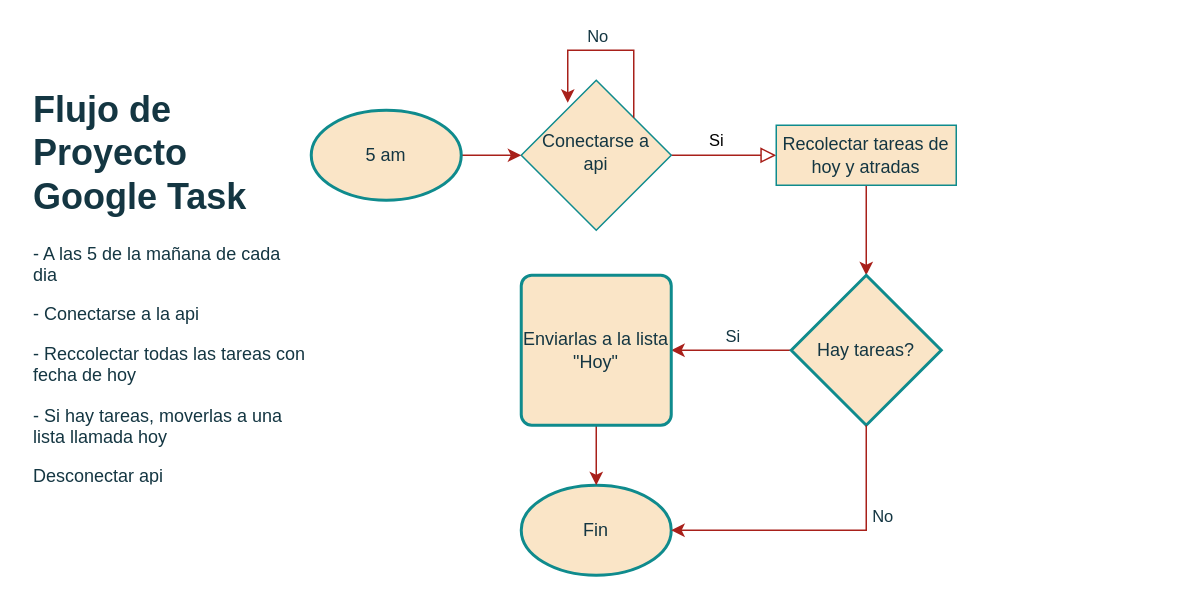
This is diagramaDeFlujo.drawio from alandelac/todayGoogleTasks, a draw.io file, before an edit. Source tidied: cells renumbered, new cells numbered last; positions are measured from the earlier drawing's top-left corner, leaving out a move shared by most shapes. Both pictures are drawn from the tidied source at 150%, with x=0, y=0 at pixel (26, 50).
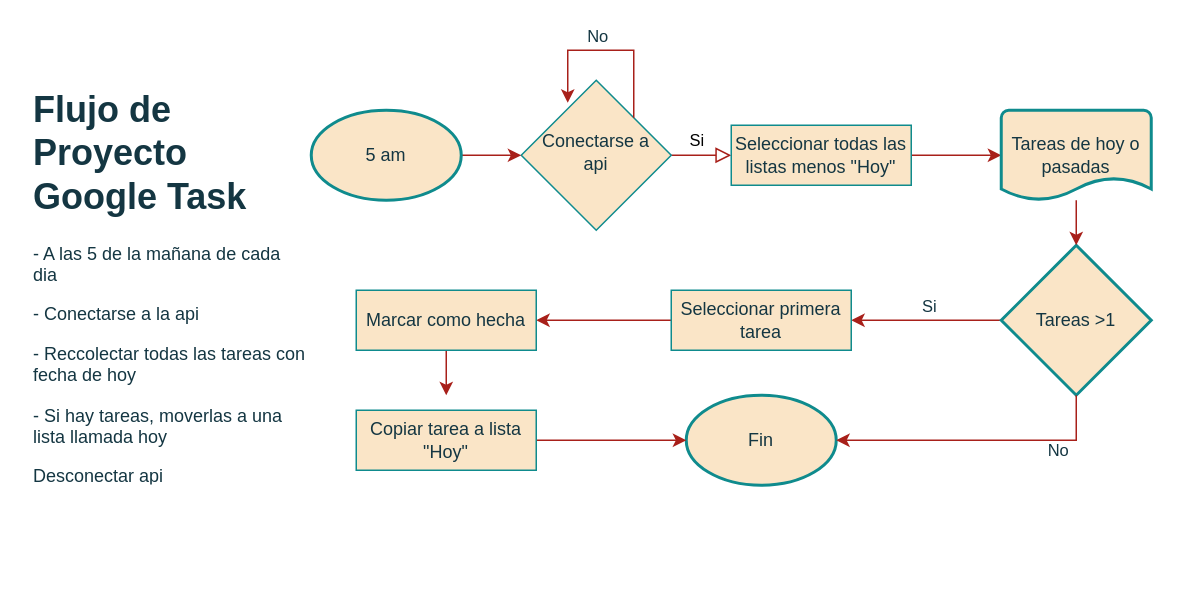
The same page after the edit.

Unchanged cells that the change refers to:
```xml
<mxCell id="3" value="Conectarse a api" style="rhombus;whiteSpace=wrap;html=1;shadow=0;fontFamily=Helvetica;fontSize=12;align=center;strokeWidth=1;spacing=6;spacingTop=-4;labelBackgroundColor=none;fillColor=#FAE5C7;strokeColor=#0F8B8D;fontColor=#143642;rounded=0;" parent="1" vertex="1">
  <mxGeometry x="330" y="20" width="100" height="100" as="geometry" />
</mxCell>
<mxCell id="8" value="5 am" style="strokeWidth=2;html=1;shape=mxgraph.flowchart.start_1;whiteSpace=wrap;fillColor=#FAE5C7;strokeColor=#0F8B8D;fillStyle=auto;labelBackgroundColor=none;fontColor=#143642;" parent="1" vertex="1">
  <mxGeometry x="190" y="40" width="100" height="60" as="geometry" />
</mxCell>
```

Diff of the diagram source:
```diff
@@
-    <mxCell id="2" value="Si" style="rounded=0;html=1;jettySize=auto;fontSize=11;endArrow=block;endFill=0;endSize=8;strokeWidth=1;shadow=0;labelBackgroundColor=none;edgeStyle=orthogonalEdgeStyle;fontColor=default;strokeColor=#A8201A;exitX=1;exitY=0.5;exitDx=0;exitDy=0;entryX=0;entryY=0.5;entryDx=0;entryDy=0;" parent="1" edge="1" source="3" target="5">
+    <mxCell id="2" value="Si" style="rounded=0;html=1;jettySize=auto;fontSize=11;endArrow=block;endFill=0;endSize=8;strokeWidth=1;shadow=0;labelBackgroundColor=none;edgeStyle=orthogonalEdgeStyle;fontColor=default;strokeColor=#A8201A;exitX=1;exitY=0.5;exitDx=0;exitDy=0;entryX=0;entryY=0.5;entryDx=0;entryDy=0;" parent="1" edge="1" source="3" target="20">
       <mxGeometry x="-0.14" y="10" relative="1" as="geometry" />
     </mxCell>
@@
-    <mxCell id="4" style="edgeStyle=orthogonalEdgeStyle;rounded=0;jettySize=auto;html=1;strokeColor=#A8201A;fontColor=#143642;fillColor=#FAE5C7;" parent="1" edge="1" source="5" target="11">
-      <mxGeometry relative="1" as="geometry" />
-    </mxCell>
-    <mxCell id="5" value="Recolectar tareas de hoy y atradas" style="rounded=0;whiteSpace=wrap;html=1;fontSize=12;glass=0;strokeWidth=1;shadow=0;labelBackgroundColor=none;fillColor=#FAE5C7;strokeColor=#0F8B8D;fontColor=#143642;" parent="1" vertex="1">
-      <mxGeometry x="500" y="50" width="120" height="40" as="geometry" />
-    </mxCell>
@@
-    <mxCell id="7" style="edgeStyle=orthogonalEdgeStyle;rounded=0;jettySize=auto;html=1;exitX=1;exitY=0.5;exitDx=0;exitDy=0;exitPerimeter=0;strokeColor=#A8201A;fontColor=#143642;fillColor=#FAE5C7;curved=0;endArrow=classic;endFill=1;" parent="1" edge="1" source="8" target="3">
+    <mxCell id="7" style="edgeStyle=orthogonalEdgeStyle;rounded=0;jettySize=auto;html=1;exitX=1;exitY=0.5;exitDx=0;exitDy=0;exitPerimeter=0;strokeColor=#A8201A;fontColor=default;fillColor=#FAE5C7;curved=0;endArrow=classic;endFill=1;labelBackgroundColor=none;" parent="1" edge="1" source="8" target="3">
       <mxGeometry relative="1" as="geometry" />
     </mxCell>
@@
-    <mxCell id="9" style="edgeStyle=orthogonalEdgeStyle;rounded=0;jettySize=auto;html=1;exitX=0;exitY=0.5;exitDx=0;exitDy=0;exitPerimeter=0;entryX=1;entryY=0.5;entryDx=0;entryDy=0;strokeColor=#A8201A;fontColor=#143642;fillColor=#FAE5C7;" parent="1" edge="1" source="11" target="18">
+    <mxCell id="9" style="edgeStyle=orthogonalEdgeStyle;rounded=0;jettySize=auto;html=1;exitX=0;exitY=0.5;exitDx=0;exitDy=0;exitPerimeter=0;entryX=1;entryY=0.5;entryDx=0;entryDy=0;strokeColor=#A8201A;fontColor=default;fillColor=#FAE5C7;labelBackgroundColor=none;" parent="1" edge="1" source="11" target="22">
       <mxGeometry relative="1" as="geometry" />
     </mxCell>
-    <mxCell id="10" value="Si" style="edgeLabel;html=1;align=center;verticalAlign=middle;strokeColor=#0F8B8D;fontColor=#143642;fillColor=#FAE5C7;" parent="9" vertex="1">
+    <mxCell id="10" value="Si" style="edgeLabel;html=1;align=center;verticalAlign=middle;strokeColor=#0F8B8D;fontColor=#143642;fillColor=#FAE5C7;labelBackgroundColor=none;" parent="9" vertex="1">
       <mxGeometry x="-0.12" y="2" relative="1" as="geometry">
         <mxPoint x="-5" y="-12" as="offset" />
       </mxGeometry>
     </mxCell>
-    <mxCell id="11" value="Hay tareas?" style="strokeWidth=2;html=1;shape=mxgraph.flowchart.decision;whiteSpace=wrap;strokeColor=#0F8B8D;fontColor=#143642;fillColor=#FAE5C7;" parent="1" vertex="1">
-      <mxGeometry x="510" y="150" width="100" height="100" as="geometry" />
+    <mxCell id="11" value="Tareas &amp;gt;1" style="strokeWidth=2;html=1;shape=mxgraph.flowchart.decision;whiteSpace=wrap;strokeColor=#0F8B8D;fontColor=#143642;fillColor=#FAE5C7;labelBackgroundColor=none;" parent="1" vertex="1">
+      <mxGeometry x="650" y="130" width="100" height="100" as="geometry" />
     </mxCell>
-    <mxCell id="12" style="edgeStyle=orthogonalEdgeStyle;rounded=0;orthogonalLoop=1;jettySize=auto;html=1;exitX=1;exitY=0;exitDx=0;exitDy=0;entryX=0.31;entryY=0.15;entryDx=0;entryDy=0;entryPerimeter=0;strokeColor=#A8201A;fontColor=#143642;fillColor=#FAE5C7;" parent="1" edge="1" source="3" target="3">
+    <mxCell id="12" style="edgeStyle=orthogonalEdgeStyle;rounded=0;orthogonalLoop=1;jettySize=auto;html=1;exitX=1;exitY=0;exitDx=0;exitDy=0;entryX=0.31;entryY=0.15;entryDx=0;entryDy=0;entryPerimeter=0;strokeColor=#A8201A;fontColor=default;fillColor=#FAE5C7;labelBackgroundColor=none;" parent="1" edge="1" source="3" target="3">
       <mxGeometry relative="1" as="geometry">
         <Array as="points">
           <mxPoint x="405" />
           <mxPoint x="361" />
         </Array>
       </mxGeometry>
     </mxCell>
-    <mxCell id="13" value="No" style="edgeLabel;html=1;align=center;verticalAlign=middle;strokeColor=#0F8B8D;fontColor=#143642;fillColor=#FAE5C7;" parent="12" vertex="1">
+    <mxCell id="13" value="No" style="edgeLabel;html=1;align=center;verticalAlign=middle;strokeColor=#0F8B8D;fontColor=#143642;fillColor=#FAE5C7;labelBackgroundColor=none;" parent="12" vertex="1">
       <mxGeometry x="-0.18" y="-2" relative="1" as="geometry">
         <mxPoint x="-19" y="-8" as="offset" />
       </mxGeometry>
     </mxCell>
-    <mxCell id="14" value="Fin" style="strokeWidth=2;html=1;shape=mxgraph.flowchart.start_1;whiteSpace=wrap;strokeColor=#0F8B8D;fontColor=#143642;fillColor=#FAE5C7;" parent="1" vertex="1">
-      <mxGeometry x="330" y="290" width="100" height="60" as="geometry" />
+    <mxCell id="14" value="Fin" style="strokeWidth=2;html=1;shape=mxgraph.flowchart.start_1;whiteSpace=wrap;strokeColor=#0F8B8D;fontColor=#143642;fillColor=#FAE5C7;labelBackgroundColor=none;" parent="1" vertex="1">
+      <mxGeometry x="440" y="230" width="100" height="60" as="geometry" />
     </mxCell>
-    <mxCell id="15" style="edgeStyle=orthogonalEdgeStyle;rounded=0;jettySize=auto;html=1;exitX=0.5;exitY=1;exitDx=0;exitDy=0;exitPerimeter=0;entryX=1;entryY=0.5;entryDx=0;entryDy=0;entryPerimeter=0;strokeColor=#A8201A;fontColor=#143642;fillColor=#FAE5C7;" parent="1" edge="1" source="11" target="14">
+    <mxCell id="15" style="edgeStyle=orthogonalEdgeStyle;rounded=0;jettySize=auto;html=1;exitX=0.5;exitY=1;exitDx=0;exitDy=0;exitPerimeter=0;entryX=1;entryY=0.5;entryDx=0;entryDy=0;entryPerimeter=0;strokeColor=#A8201A;fontColor=default;fillColor=#FAE5C7;labelBackgroundColor=none;" parent="1" edge="1" source="11" target="14">
       <mxGeometry relative="1" as="geometry" />
     </mxCell>
-    <mxCell id="16" value="No" style="edgeLabel;html=1;align=center;verticalAlign=middle;strokeColor=#0F8B8D;fontColor=#143642;fillColor=#FAE5C7;" parent="15" vertex="1">
+    <mxCell id="16" value="No" style="edgeLabel;html=1;align=center;verticalAlign=middle;strokeColor=#0F8B8D;fontColor=#143642;fillColor=#FAE5C7;labelBackgroundColor=none;" parent="15" vertex="1">
       <mxGeometry x="-0.45" y="1" relative="1" as="geometry">
         <mxPoint x="9" y="5" as="offset" />
       </mxGeometry>
     </mxCell>
-    <mxCell id="17" style="edgeStyle=orthogonalEdgeStyle;rounded=0;jettySize=auto;html=1;strokeColor=#A8201A;fontColor=#143642;fillColor=#FAE5C7;" parent="1" edge="1" source="18" target="14">
-      <mxGeometry relative="1" as="geometry" />
-    </mxCell>
-    <mxCell id="18" value="Enviarlas a la lista &quot;Hoy&quot;" style="rounded=1;whiteSpace=wrap;html=1;absoluteArcSize=1;arcSize=14;strokeWidth=2;strokeColor=#0F8B8D;fontColor=#143642;fillColor=#FAE5C7;" parent="1" vertex="1">
-      <mxGeometry x="330" y="150" width="100" height="100" as="geometry" />
-    </mxCell>
+    <mxCell id="19" style="edgeStyle=orthogonalEdgeStyle;rounded=0;jettySize=auto;html=1;labelBackgroundColor=none;strokeColor=#A8201A;fontColor=default;" parent="1" edge="1" source="20" target="23">
+      <mxGeometry relative="1" as="geometry" />
+    </mxCell>
+    <mxCell id="20" value="Seleccionar todas las listas menos &quot;Hoy&quot;" style="rounded=0;whiteSpace=wrap;html=1;fontSize=12;glass=0;strokeWidth=1;shadow=0;labelBackgroundColor=none;fillColor=#FAE5C7;strokeColor=#0F8B8D;fontColor=#143642;" parent="1" vertex="1">
+      <mxGeometry x="470" y="50" width="120" height="40" as="geometry" />
+    </mxCell>
+    <mxCell id="21" style="edgeStyle=orthogonalEdgeStyle;rounded=0;jettySize=auto;html=1;labelBackgroundColor=none;strokeColor=#A8201A;fontColor=default;" parent="1" edge="1" source="22" target="25">
+      <mxGeometry relative="1" as="geometry" />
+    </mxCell>
+    <mxCell id="22" value="Seleccionar primera tarea" style="rounded=0;whiteSpace=wrap;html=1;fontSize=12;glass=0;strokeWidth=1;shadow=0;labelBackgroundColor=none;fillColor=#FAE5C7;strokeColor=#0F8B8D;fontColor=#143642;" parent="1" vertex="1">
+      <mxGeometry x="430" y="160" width="120" height="40" as="geometry" />
+    </mxCell>
+    <mxCell id="23" value="Tareas de hoy o pasadas" style="strokeWidth=2;html=1;shape=mxgraph.flowchart.document2;whiteSpace=wrap;size=0.25;labelBackgroundColor=none;fillColor=#FAE5C7;strokeColor=#0F8B8D;fontColor=#143642;" parent="1" vertex="1">
+      <mxGeometry x="650" y="40" width="100" height="60" as="geometry" />
+    </mxCell>
+    <mxCell id="24" style="edgeStyle=orthogonalEdgeStyle;rounded=0;jettySize=auto;html=1;labelBackgroundColor=none;strokeColor=#A8201A;fontColor=default;" parent="1" edge="1" source="25">
+      <mxGeometry relative="1" as="geometry">
+        <mxPoint x="280" y="230" as="targetPoint" />
+      </mxGeometry>
+    </mxCell>
+    <mxCell id="25" value="Marcar como hecha" style="rounded=0;whiteSpace=wrap;html=1;fontSize=12;glass=0;strokeWidth=1;shadow=0;labelBackgroundColor=none;fillColor=#FAE5C7;strokeColor=#0F8B8D;fontColor=#143642;" parent="1" vertex="1">
+      <mxGeometry x="220" y="160" width="120" height="40" as="geometry" />
+    </mxCell>
+    <mxCell id="26" style="edgeStyle=orthogonalEdgeStyle;rounded=0;jettySize=auto;html=1;labelBackgroundColor=none;strokeColor=#A8201A;fontColor=default;" parent="1" edge="1" source="27" target="14">
+      <mxGeometry relative="1" as="geometry" />
+    </mxCell>
+    <mxCell id="27" value="Copiar tarea a lista &quot;Hoy&quot;" style="rounded=0;whiteSpace=wrap;html=1;fontSize=12;glass=0;strokeWidth=1;shadow=0;labelBackgroundColor=none;fillColor=#FAE5C7;strokeColor=#0F8B8D;fontColor=#143642;" parent="1" vertex="1">
+      <mxGeometry x="220" y="240" width="120" height="40" as="geometry" />
+    </mxCell>
+    <mxCell id="28" style="edgeStyle=orthogonalEdgeStyle;rounded=0;jettySize=auto;html=1;entryX=0.5;entryY=0;entryDx=0;entryDy=0;entryPerimeter=0;labelBackgroundColor=none;strokeColor=#A8201A;fontColor=default;" parent="1" edge="1" source="23" target="11">
+      <mxGeometry relative="1" as="geometry" />
+    </mxCell>
```
